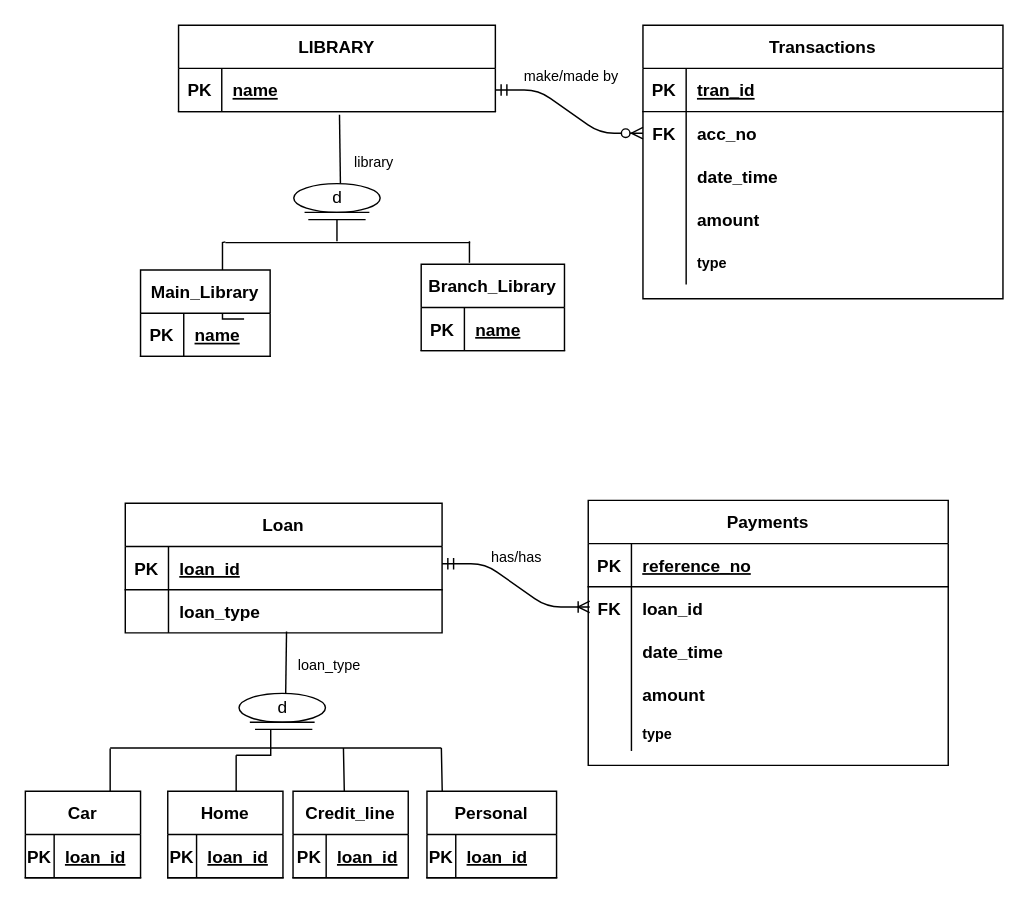
Above: page "Q3-CROWSFOOT" (7 of 7) of DBDESIGN-ASS1.drawio in nurezzajeslin/week3 (draw.io), before the change. Source tidied: cells renumbered, new cells numbered last; positions are measured from the earlier drawing's top-left corner, leaving out a move shared by most shapes. Both pictures are drawn from the tidied source at 144%, with x=0, y=0 at pixel (24, 24).
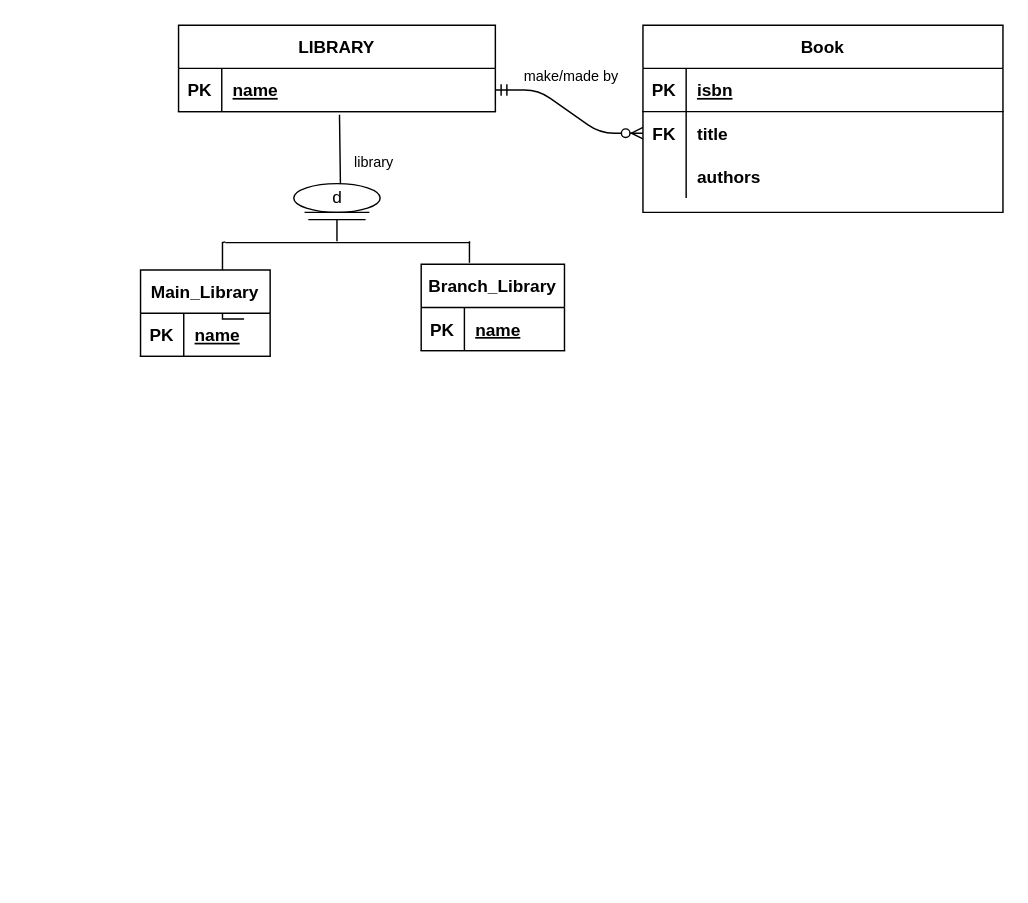
After the change.

The change refers to these unchanged cells:
```xml
<mxCell id="4" style="shape=partialRectangle;fillColor=none;top=0;left=0;right=0;bottom=1;" parent="3" vertex="1">
  <mxGeometry y="30" width="250" height="30" as="geometry" />
</mxCell>
<mxCell id="7" style="shape=partialRectangle;fillColor=none;points=[[0,0.5],[1,0.5]];portConstraint=eastwest;top=0;left=0;right=0;bottom=0;" parent="3" vertex="1">
  <mxGeometry y="60" width="250" height="30" as="geometry" />
</mxCell>
<mxCell id="10" style="shape=partialRectangle;fillColor=none;top=0;left=0;right=0;bottom=0;" parent="3" vertex="1">
  <mxGeometry y="90" width="250" height="30" as="geometry" />
</mxCell>
```

The edit, as a diff of the source:
```diff
@@
-    <mxCell id="3" value="Transactions" style="shape=table;startSize=30;childLayout=tableLayout;rowLines=0;fontStyle=1;align=center;" parent="1" vertex="1">
-      <mxGeometry x="429" width="250" height="190" as="geometry" />
+    <mxCell id="3" value="Book" style="shape=table;startSize=30;childLayout=tableLayout;rowLines=0;fontStyle=1;align=center;" parent="1" vertex="1">
+      <mxGeometry x="429" width="250" height="130" as="geometry" />
     </mxCell>
@@
-    <mxCell id="6" value="tran_id" style="shape=partialRectangle;overflow=hidden;fillColor=none;top=0;left=0;bottom=0;right=0;align=left;spacingLeft=6;fontStyle=5;" parent="4" vertex="1">
+    <mxCell id="6" value="isbn" style="shape=partialRectangle;overflow=hidden;fillColor=none;top=0;left=0;bottom=0;right=0;align=left;spacingLeft=6;fontStyle=5;" parent="4" vertex="1">
       <mxGeometry x="30" width="220" height="30" as="geometry" />
     </mxCell>
@@
-    <mxCell id="9" value="acc_no" style="shape=partialRectangle;overflow=hidden;fillColor=none;top=0;left=0;bottom=0;right=0;align=left;spacingLeft=6;fontStyle=1;" parent="7" vertex="1">
+    <mxCell id="9" value="title" style="shape=partialRectangle;overflow=hidden;fillColor=none;top=0;left=0;bottom=0;right=0;align=left;spacingLeft=6;fontStyle=1;" parent="7" vertex="1">
       <mxGeometry x="30" width="220" height="30" as="geometry" />
     </mxCell>
@@
-    <mxCell id="12" value="date_time " style="shape=partialRectangle;overflow=hidden;fillColor=none;top=0;left=0;bottom=0;right=0;align=left;spacingLeft=6;fontStyle=1;" parent="10" vertex="1">
+    <mxCell id="12" value="authors" style="shape=partialRectangle;overflow=hidden;fillColor=none;top=0;left=0;bottom=0;right=0;align=left;spacingLeft=6;fontStyle=1;" parent="10" vertex="1">
       <mxGeometry x="30" width="220" height="30" as="geometry" />
     </mxCell>
-    <mxCell id="13" style="shape=tableRow;horizontal=0;startSize=0;swimlaneHead=0;swimlaneBody=0;fillColor=none;top=0;left=0;right=0;bottom=0;" parent="3" vertex="1">
-      <mxGeometry y="120" width="250" height="30" as="geometry" />
-    </mxCell>
-    <mxCell id="14" style="shape=partialRectangle;fillColor=none;top=0;left=0;bottom=0;right=0;overflow=hidden;" parent="13" vertex="1">
-      <mxGeometry width="30" height="30" as="geometry" />
-    </mxCell>
-    <mxCell id="15" value="amount" style="shape=partialRectangle;fillColor=none;top=0;left=0;bottom=0;right=0;align=left;spacingLeft=6;overflow=hidden;fontStyle=1;" parent="13" vertex="1">
-      <mxGeometry x="30" width="220" height="30" as="geometry" />
-    </mxCell>
-    <mxCell id="16" style="shape=tableRow;horizontal=0;startSize=0;swimlaneHead=0;swimlaneBody=0;fillColor=none;top=0;left=0;right=0;bottom=0;fontSize=10;strokeWidth=1;" parent="3" vertex="1">
-      <mxGeometry y="150" width="250" height="30" as="geometry" />
-    </mxCell>
-    <mxCell id="17" style="shape=partialRectangle;fillColor=none;top=0;left=0;bottom=0;right=0;overflow=hidden;fontSize=10;strokeWidth=1;" parent="16" vertex="1">
-      <mxGeometry width="30" height="30" as="geometry" />
-    </mxCell>
-    <mxCell id="18" value="type" style="shape=partialRectangle;fillColor=none;top=0;left=0;bottom=0;right=0;align=left;spacingLeft=6;overflow=hidden;fontSize=10;strokeWidth=1;fontStyle=1;" parent="16" vertex="1">
-      <mxGeometry x="30" width="220" height="30" as="geometry" />
-    </mxCell>
-    <mxCell id="19" value="Payments" style="shape=table;startSize=30;childLayout=tableLayout;rowLines=0;fontStyle=1;align=center;" parent="1" vertex="1">
-      <mxGeometry x="391" y="330" width="250" height="184" as="geometry" />
-    </mxCell>
-    <mxCell id="20" style="shape=partialRectangle;fillColor=none;top=0;left=0;right=0;bottom=1;" parent="19" vertex="1">
-      <mxGeometry y="30" width="250" height="30" as="geometry" />
-    </mxCell>
-    <mxCell id="21" value="PK" style="shape=partialRectangle;overflow=hidden;fillColor=none;top=0;left=0;bottom=0;right=0;fontStyle=1;" parent="20" vertex="1">
-      <mxGeometry width="30" height="30" as="geometry" />
-    </mxCell>
-    <mxCell id="22" value="reference_no" style="shape=partialRectangle;overflow=hidden;fillColor=none;top=0;left=0;bottom=0;right=0;align=left;spacingLeft=6;fontStyle=5;" parent="20" vertex="1">
-      <mxGeometry x="30" width="220" height="30" as="geometry" />
-    </mxCell>
-    <mxCell id="23" style="shape=partialRectangle;fillColor=none;top=0;left=0;right=0;bottom=0;" parent="19" vertex="1">
-      <mxGeometry y="60" width="250" height="30" as="geometry" />
-    </mxCell>
-    <mxCell id="24" value="FK" style="shape=partialRectangle;overflow=hidden;fillColor=none;top=0;left=0;bottom=0;right=0;fontStyle=1;" parent="23" vertex="1">
-      <mxGeometry width="30" height="30" as="geometry" />
-    </mxCell>
-    <mxCell id="25" value="loan_id  " style="shape=partialRectangle;overflow=hidden;fillColor=none;top=0;left=0;bottom=0;right=0;align=left;spacingLeft=6;fontStyle=1;" parent="23" vertex="1">
-      <mxGeometry x="30" width="220" height="30" as="geometry" />
-    </mxCell>
-    <mxCell id="26" style="shape=partialRectangle;fillColor=none;top=0;left=0;right=0;bottom=0;" parent="19" vertex="1">
-      <mxGeometry y="90" width="250" height="30" as="geometry" />
-    </mxCell>
-    <mxCell id="27" style="shape=partialRectangle;overflow=hidden;fillColor=none;top=0;left=0;bottom=0;right=0;" parent="26" vertex="1">
-      <mxGeometry width="30" height="30" as="geometry" />
-    </mxCell>
-    <mxCell id="28" value="date_time" style="shape=partialRectangle;overflow=hidden;fillColor=none;top=0;left=0;bottom=0;right=0;align=left;spacingLeft=6;fontStyle=1;" parent="26" vertex="1">
-      <mxGeometry x="30" width="220" height="30" as="geometry" />
-    </mxCell>
-    <mxCell id="29" style="shape=tableRow;horizontal=0;startSize=0;swimlaneHead=0;swimlaneBody=0;fillColor=none;top=0;left=0;right=0;bottom=0;" parent="19" vertex="1">
-      <mxGeometry y="120" width="250" height="30" as="geometry" />
-    </mxCell>
-    <mxCell id="30" style="shape=partialRectangle;fillColor=none;top=0;left=0;bottom=0;right=0;overflow=hidden;" parent="29" vertex="1">
-      <mxGeometry width="30" height="30" as="geometry" />
-    </mxCell>
-    <mxCell id="31" value="amount" style="shape=partialRectangle;fillColor=none;top=0;left=0;bottom=0;right=0;align=left;spacingLeft=6;overflow=hidden;fontStyle=1;" parent="29" vertex="1">
-      <mxGeometry x="30" width="220" height="30" as="geometry" />
-    </mxCell>
-    <mxCell id="32" style="shape=tableRow;horizontal=0;startSize=0;swimlaneHead=0;swimlaneBody=0;fillColor=none;top=0;left=0;right=0;bottom=0;fontSize=10;strokeWidth=1;" parent="19" vertex="1">
-      <mxGeometry y="150" width="250" height="24" as="geometry" />
-    </mxCell>
-    <mxCell id="33" style="shape=partialRectangle;fillColor=none;top=0;left=0;bottom=0;right=0;overflow=hidden;fontSize=10;strokeWidth=1;" parent="32" vertex="1">
-      <mxGeometry width="30" height="24" as="geometry" />
-    </mxCell>
-    <mxCell id="34" value="type" style="shape=partialRectangle;fillColor=none;top=0;left=0;bottom=0;right=0;align=left;spacingLeft=6;overflow=hidden;fontSize=10;strokeWidth=1;fontStyle=1;" parent="32" vertex="1">
-      <mxGeometry x="30" width="220" height="24" as="geometry" />
-    </mxCell>
@@
-    <mxCell id="47" value="Loan" style="shape=table;startSize=30;childLayout=tableLayout;rowLines=0;fontStyle=1;align=center;" parent="1" vertex="1">
-      <mxGeometry x="69.5" y="332" width="220" height="90" as="geometry" />
-    </mxCell>
-    <mxCell id="48" style="shape=partialRectangle;fillColor=none;top=0;left=0;right=0;bottom=1;" parent="47" vertex="1">
-      <mxGeometry y="30" width="220" height="30" as="geometry" />
-    </mxCell>
-    <mxCell id="49" value="PK" style="shape=partialRectangle;overflow=hidden;fillColor=none;top=0;left=0;bottom=0;right=0;fontStyle=1;" parent="48" vertex="1">
-      <mxGeometry width="30" height="30" as="geometry" />
-    </mxCell>
-    <mxCell id="50" value="loan_id" style="shape=partialRectangle;overflow=hidden;fillColor=none;top=0;left=0;bottom=0;right=0;align=left;spacingLeft=6;fontStyle=5;" parent="48" vertex="1">
-      <mxGeometry x="30" width="190" height="30" as="geometry" />
-    </mxCell>
-    <mxCell id="51" style="shape=tableRow;horizontal=0;startSize=0;swimlaneHead=0;swimlaneBody=0;fillColor=none;points=[[0,0.5],[1,0.5]];portConstraint=eastwest;top=0;left=0;right=0;bottom=0;" parent="47" vertex="1">
-      <mxGeometry y="60" width="220" height="30" as="geometry" />
-    </mxCell>
-    <mxCell id="52" style="shape=partialRectangle;fillColor=none;top=0;left=0;bottom=0;right=0;overflow=hidden;" parent="51" vertex="1">
-      <mxGeometry width="30" height="30" as="geometry" />
-    </mxCell>
-    <mxCell id="53" value="loan_type" style="shape=partialRectangle;fillColor=none;top=0;left=0;bottom=0;right=0;align=left;spacingLeft=6;overflow=hidden;fontStyle=1;" parent="51" vertex="1">
-      <mxGeometry x="30" width="190" height="30" as="geometry" />
-    </mxCell>
-    <mxCell id="54" style="endArrow=none;html=1;rounded=0;exitX=0.54;exitY=0.007;exitDx=0;exitDy=0;exitPerimeter=0;entryX=0.509;entryY=0.97;entryDx=0;entryDy=0;entryPerimeter=0;" parent="1" edge="1" source="55" target="51">
-      <mxGeometry relative="1" as="geometry" />
-    </mxCell>
-    <mxCell id="55" value="d" style="ellipse;shape=umlEntity;whiteSpace=wrap;html=1;" parent="1" vertex="1">
-      <mxGeometry x="148.5" y="464" width="60" height="20" as="geometry" />
-    </mxCell>
-    <mxCell id="56" style="line;strokeWidth=1;dashed=0;labelPosition=right;align=left;verticalAlign=middle;spacingTop=0;spacingLeft=6;" parent="1" vertex="1">
-      <mxGeometry x="159.6" y="484" width="39.8" height="10" as="geometry" />
-    </mxCell>
-    <mxCell id="57" value="&lt;font style=&quot;font-size: 10px&quot;&gt;loan_type&lt;/font&gt;" style="text;html=1;align=center;verticalAlign=middle;strokeColor=none;fillColor=none;" parent="1" vertex="1">
-      <mxGeometry x="181" y="434" width="60" height="20" as="geometry" />
-    </mxCell>
-    <mxCell id="58" style="edgeStyle=orthogonalEdgeStyle;rounded=0;orthogonalLoop=1;jettySize=auto;html=1;fontSize=6;endArrow=none;endFill=0;" parent="1" edge="1">
-      <mxGeometry relative="1" as="geometry">
-        <mxPoint x="74" y="536" as="sourcePoint" />
-        <mxPoint x="59" y="502.3" as="targetPoint" />
-        <Array as="points">
-          <mxPoint x="59" y="536" />
-        </Array>
-      </mxGeometry>
-    </mxCell>
-    <mxCell id="59" style="edgeStyle=orthogonalEdgeStyle;rounded=0;orthogonalLoop=1;jettySize=auto;html=1;exitX=0;exitY=0.5;exitDx=0;exitDy=0;exitPerimeter=0;entryX=0.499;entryY=0.546;entryDx=0;entryDy=0;entryPerimeter=0;fontSize=6;endArrow=none;endFill=0;" parent="1" edge="1">
-      <mxGeometry relative="1" as="geometry">
-        <mxPoint x="146.5" y="507" as="sourcePoint" />
-        <mxPoint x="170.5" y="489.5" as="targetPoint" />
-      </mxGeometry>
-    </mxCell>
-    <mxCell id="60" style="line;strokeWidth=1;direction=south;html=1;fontSize=10;" parent="1" vertex="1">
-      <mxGeometry x="141.5" y="507" width="10" height="25" as="geometry" />
-    </mxCell>
-    <mxCell id="61" style="line;strokeWidth=1;html=1;perimeter=backbonePerimeter;fontSize=6;textOpacity=90;" parent="1" vertex="1">
-      <mxGeometry x="59" y="497" width="230" height="10" as="geometry" />
-    </mxCell>
-    <mxCell id="62" style="edgeStyle=orthogonalEdgeStyle;rounded=0;orthogonalLoop=1;jettySize=auto;html=1;fontSize=6;endArrow=none;endFill=0;exitX=0.467;exitY=0.032;exitDx=0;exitDy=0;exitPerimeter=0;" parent="1" edge="1">
-      <mxGeometry relative="1" as="geometry">
-        <mxPoint x="221.6" y="530.6" as="sourcePoint" />
-        <mxPoint x="221" y="502" as="targetPoint" />
-        <Array as="points">
-          <mxPoint x="222" y="532" />
-          <mxPoint x="221" y="532" />
-        </Array>
-      </mxGeometry>
-    </mxCell>
-    <mxCell id="63" style="edgeStyle=entityRelationEdgeStyle;endArrow=ERoneToMany;startArrow=ERmandOne;endFill=0;startFill=0;" parent="1" edge="1">
-      <mxGeometry relative="1" as="geometry">
-        <mxPoint x="289.5" y="374" as="sourcePoint" />
-        <mxPoint x="392" y="404" as="targetPoint" />
-      </mxGeometry>
-    </mxCell>
@@
-    <mxCell id="65" value="&lt;font style=&quot;font-size: 10px&quot;&gt;has/has&lt;/font&gt;" style="text;html=1;align=center;verticalAlign=middle;strokeColor=none;fillColor=none;fontSize=6;" parent="1" vertex="1">
-      <mxGeometry x="316" y="364" width="50" height="10" as="geometry" />
-    </mxCell>
@@
-    <mxCell id="74" value="Car" style="shape=table;startSize=30;childLayout=tableLayout;rowLines=0;fontStyle=1;align=center;" parent="1" vertex="1">
-      <mxGeometry x="0.1" y="532" width="80" height="60" as="geometry" />
-    </mxCell>
-    <mxCell id="75" style="shape=partialRectangle;fillColor=none;top=0;left=0;right=0;bottom=1;" parent="74" vertex="1">
-      <mxGeometry y="30" width="80" height="30" as="geometry" />
-    </mxCell>
-    <mxCell id="76" value="PK" style="shape=partialRectangle;overflow=hidden;fillColor=none;top=0;left=0;bottom=0;right=0;fontStyle=1;" parent="75" vertex="1">
-      <mxGeometry width="20" height="30" as="geometry" />
-    </mxCell>
-    <mxCell id="77" value="loan_id" style="shape=partialRectangle;overflow=hidden;fillColor=none;top=0;left=0;bottom=0;right=0;align=left;spacingLeft=6;fontStyle=5;" parent="75" vertex="1">
-      <mxGeometry x="20" width="60" height="30" as="geometry" />
-    </mxCell>
-    <mxCell id="78" value="Home" style="shape=table;startSize=30;childLayout=tableLayout;rowLines=0;fontStyle=1;align=center;" parent="1" vertex="1">
-      <mxGeometry x="99" y="532" width="80" height="60" as="geometry" />
-    </mxCell>
-    <mxCell id="79" style="shape=partialRectangle;fillColor=none;top=0;left=0;right=0;bottom=1;" parent="78" vertex="1">
-      <mxGeometry y="30" width="80" height="30" as="geometry" />
-    </mxCell>
-    <mxCell id="80" value="PK" style="shape=partialRectangle;overflow=hidden;fillColor=none;top=0;left=0;bottom=0;right=0;fontStyle=1;" parent="79" vertex="1">
-      <mxGeometry width="20" height="30" as="geometry" />
-    </mxCell>
-    <mxCell id="81" value="loan_id" style="shape=partialRectangle;overflow=hidden;fillColor=none;top=0;left=0;bottom=0;right=0;align=left;spacingLeft=6;fontStyle=5;" parent="79" vertex="1">
-      <mxGeometry x="20" width="60" height="30" as="geometry" />
-    </mxCell>
-    <mxCell id="82" value="Credit_line" style="shape=table;startSize=30;childLayout=tableLayout;rowLines=0;fontStyle=1;align=center;" parent="1" vertex="1">
-      <mxGeometry x="186" y="532" width="80" height="60" as="geometry" />
-    </mxCell>
-    <mxCell id="83" style="shape=partialRectangle;fillColor=none;top=0;left=0;right=0;bottom=1;" parent="82" vertex="1">
-      <mxGeometry y="30" width="80" height="30" as="geometry" />
-    </mxCell>
-    <mxCell id="84" value="PK" style="shape=partialRectangle;overflow=hidden;fillColor=none;top=0;left=0;bottom=0;right=0;fontStyle=1;" parent="83" vertex="1">
-      <mxGeometry width="23" height="30" as="geometry" />
-    </mxCell>
-    <mxCell id="85" value="loan_id" style="shape=partialRectangle;overflow=hidden;fillColor=none;top=0;left=0;bottom=0;right=0;align=left;spacingLeft=6;fontStyle=5;" parent="83" vertex="1">
-      <mxGeometry x="23" width="57" height="30" as="geometry" />
-    </mxCell>
-    <mxCell id="86" style="edgeStyle=orthogonalEdgeStyle;rounded=0;orthogonalLoop=1;jettySize=auto;html=1;fontSize=6;endArrow=none;endFill=0;exitX=0.467;exitY=0.032;exitDx=0;exitDy=0;exitPerimeter=0;" parent="1" edge="1">
-      <mxGeometry relative="1" as="geometry">
-        <mxPoint x="289.6" y="530.6" as="sourcePoint" />
-        <mxPoint x="289" y="502" as="targetPoint" />
-        <Array as="points">
-          <mxPoint x="290" y="532" />
-          <mxPoint x="289" y="532" />
-        </Array>
-      </mxGeometry>
-    </mxCell>
-    <mxCell id="87" value="Personal" style="shape=table;startSize=30;childLayout=tableLayout;rowLines=0;fontStyle=1;align=center;" parent="1" vertex="1">
-      <mxGeometry x="279" y="532" width="90" height="60" as="geometry" />
-    </mxCell>
-    <mxCell id="88" style="shape=partialRectangle;fillColor=none;top=0;left=0;right=0;bottom=1;" parent="87" vertex="1">
-      <mxGeometry y="30" width="90" height="30" as="geometry" />
-    </mxCell>
-    <mxCell id="89" value="PK" style="shape=partialRectangle;overflow=hidden;fillColor=none;top=0;left=0;bottom=0;right=0;fontStyle=1;" parent="88" vertex="1">
-      <mxGeometry width="20" height="30" as="geometry" />
-    </mxCell>
-    <mxCell id="90" value="loan_id" style="shape=partialRectangle;overflow=hidden;fillColor=none;top=0;left=0;bottom=0;right=0;align=left;spacingLeft=6;fontStyle=5;" parent="88" vertex="1">
-      <mxGeometry x="20" width="70" height="30" as="geometry" />
-    </mxCell>
```
